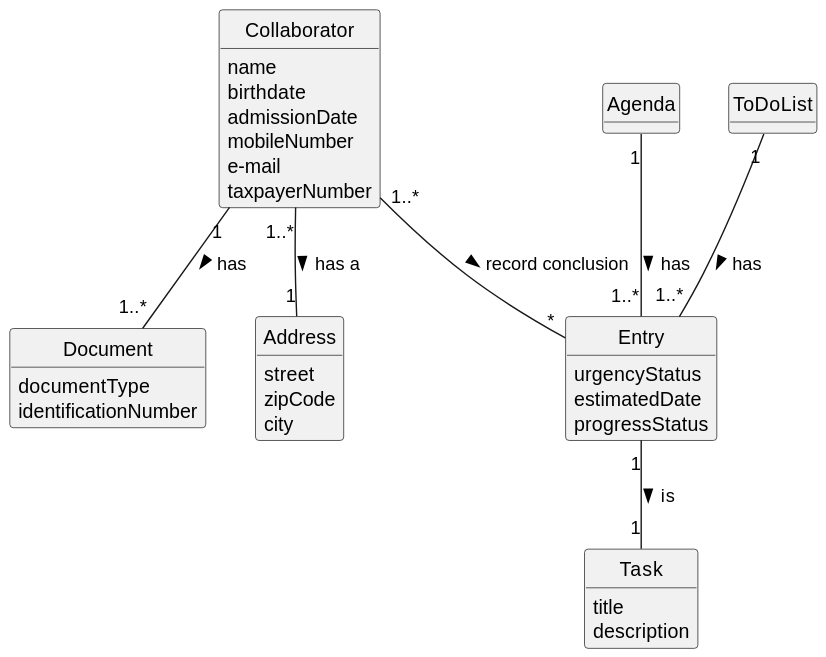
Before: docs/sprintC/us029/02.analysis/svg/us029-domain-model.svg, a diagram exported from PlantUML (ricardomm7/leaflink).
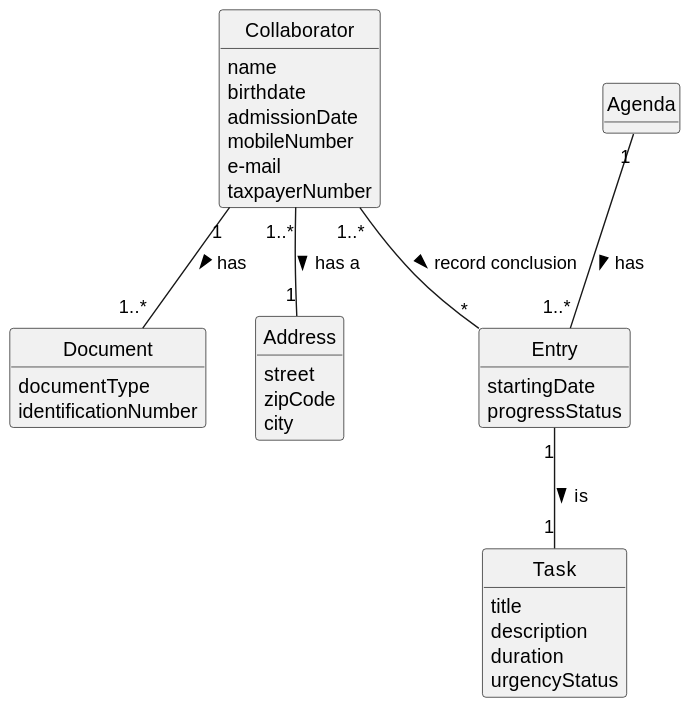
After the change.

Change to the diagram source:
```diff
@@ -20,9 +20,18 @@
 }
 
 class Entry {
+    startingDate
+    progressStatus
+
+}
+
+
+class Task {
+    title
+    description
+    duration
     urgencyStatus
-    estimatedDate
-    progressStatus
+
 
 }
 
@@ -37,23 +46,15 @@
     city
 }
 
-class Task {
-    title
-    description
-
-}
 
 class Agenda{
 }
 
-class ToDoList{
-}
+
 
 
 
 Agenda "1" -- "1..*" Entry: has >
-
-ToDoList "1" -- "1..*" Entry : has >
 
 Entry "1" -- "1" Task: is >
 
```
